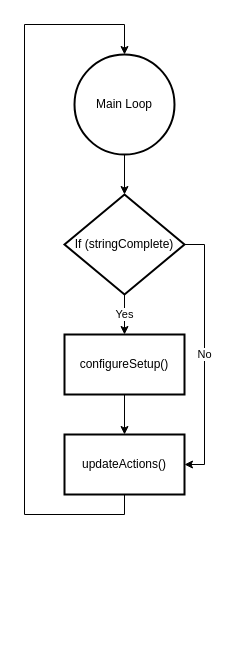
Before: page "MainLoop" (1 of 2) of Arduino_Code/Arduino_Software.drawio in calebschmurr/AUNA_Test_Box, a draw.io diagram. Source tidied: cells renumbered, new cells numbered last; positions are measured from the earlier drawing's top-left corner, leaving out a move shared by most shapes. Both pictures are drawn from the tidied source at 100%, with x=0, y=0 at pixel (24, 24).
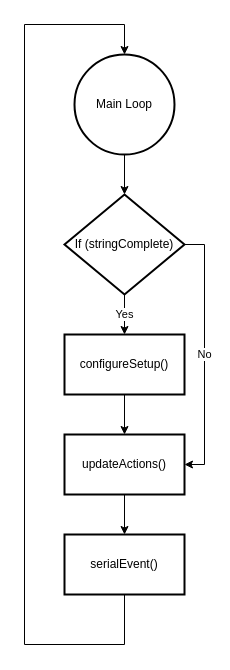
The same page after the edit.

The edit, as a diff of the source:
```diff
@@
 <mxGraphModel>
   <root>
     <mxCell id="0" />
     <mxCell id="1" parent="0" />
     <mxCell id="2" style="edgeStyle=orthogonalEdgeStyle;rounded=0;jettySize=auto;html=1;" parent="1" edge="1" source="3" target="6">
       <mxGeometry relative="1" as="geometry" />
     </mxCell>
     <mxCell id="3" value="Main Loop" style="strokeWidth=2;html=1;shape=mxgraph.flowchart.start_2;whiteSpace=wrap;" parent="1" vertex="1">
       <mxGeometry x="50" y="30" width="100" height="100" as="geometry" />
     </mxCell>
     <mxCell id="4" value="Yes" style="edgeStyle=orthogonalEdgeStyle;rounded=0;jettySize=auto;html=1;" parent="1" edge="1" source="6" target="8">
       <mxGeometry relative="1" as="geometry" />
     </mxCell>
     <mxCell id="5" value="No" style="edgeStyle=orthogonalEdgeStyle;rounded=0;jettySize=auto;html=1;entryX=1;entryY=0.5;entryDx=0;entryDy=0;" parent="1" edge="1" source="6" target="10">
       <mxGeometry relative="1" as="geometry">
         <Array as="points">
           <mxPoint x="180" y="220" />
           <mxPoint x="180" y="440" />
         </Array>
       </mxGeometry>
     </mxCell>
     <mxCell id="6" value="If (stringComplete)" style="rhombus;whiteSpace=wrap;html=1;strokeWidth=2;" parent="1" vertex="1">
       <mxGeometry x="40" y="170" width="120" height="100" as="geometry" />
     </mxCell>
     <mxCell id="7" style="edgeStyle=orthogonalEdgeStyle;rounded=0;jettySize=auto;html=1;" parent="1" edge="1" source="8" target="10">
       <mxGeometry relative="1" as="geometry" />
     </mxCell>
     <mxCell id="8" value="configureSetup()" style="whiteSpace=wrap;html=1;strokeWidth=2;" parent="1" vertex="1">
       <mxGeometry x="40" y="310" width="120" height="60" as="geometry" />
     </mxCell>
-    <mxCell id="9" style="edgeStyle=orthogonalEdgeStyle;rounded=0;jettySize=auto;html=1;exitX=0.5;exitY=1;exitDx=0;exitDy=0;entryX=0.5;entryY=0;entryDx=0;entryDy=0;entryPerimeter=0;" parent="1" edge="1" source="10" target="3">
+    <mxCell id="9" style="edgeStyle=orthogonalEdgeStyle;rounded=0;jettySize=auto;html=1;entryX=0.5;entryY=0;entryDx=0;entryDy=0;entryPerimeter=0;exitX=0.5;exitY=1;exitDx=0;exitDy=0;" parent="1" edge="1" source="12" target="3">
       <mxGeometry relative="1" as="geometry">
         <Array as="points">
-          <mxPoint x="100" y="490" />
-          <mxPoint y="490" />
+          <mxPoint x="100" y="620" />
+          <mxPoint y="620" />
           <mxPoint />
           <mxPoint x="100" />
         </Array>
       </mxGeometry>
     </mxCell>
+    <mxCell id="11" style="edgeStyle=orthogonalEdgeStyle;rounded=0;jettySize=auto;html=1;" parent="1" edge="1" source="10" target="12">
+      <mxGeometry relative="1" as="geometry" />
+    </mxCell>
     <mxCell id="10" value="updateActions()" style="whiteSpace=wrap;html=1;strokeWidth=2;" parent="1" vertex="1">
       <mxGeometry x="40" y="410" width="120" height="60" as="geometry" />
     </mxCell>
+    <mxCell id="12" value="serialEvent()" style="whiteSpace=wrap;html=1;strokeWidth=2;" parent="1" vertex="1">
+      <mxGeometry x="40" y="510" width="120" height="60" as="geometry" />
+    </mxCell>
   </root>
 </mxGraphModel>
```
